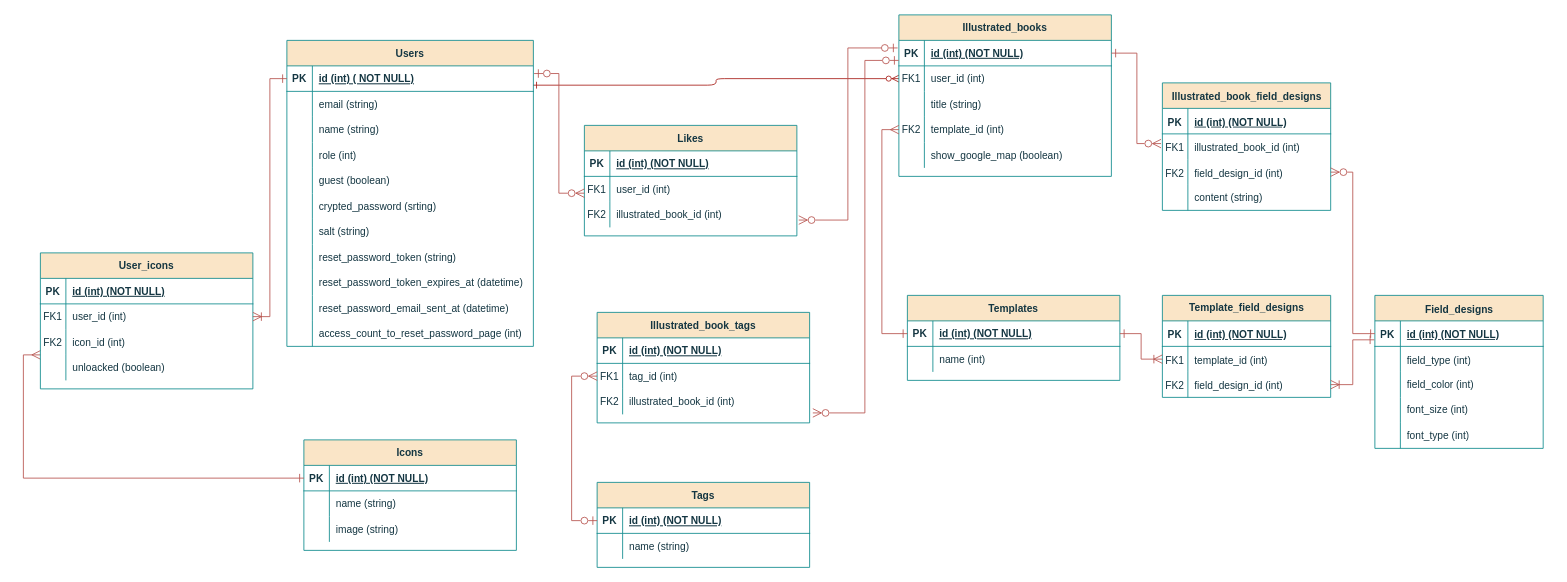
Above: ER図.drawio in furukoshi12/zukan-create (draw.io), before the change. Source tidied: cells renumbered, new cells numbered last; positions are measured from the earlier drawing's top-left corner, leaving out a move shared by most shapes. Both pictures are drawn from the tidied source at 85%, with x=0, y=0 at pixel (23, 14).
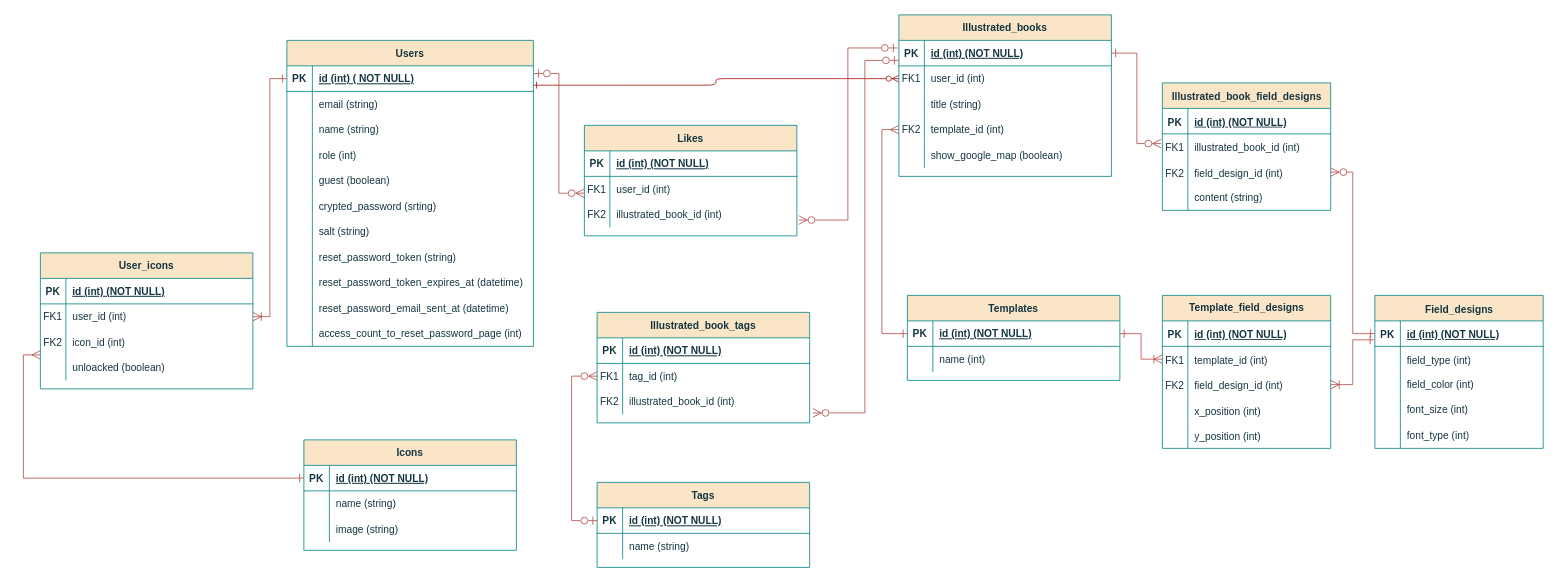
After the change.

Commit message:
ER図.drawio を更新します

The edit, as a diff of the source:
```diff
@@
     <mxCell id="119" value="&lt;span style=&quot;font-size: 12px;&quot;&gt;Template_field_designs&lt;/span&gt;" style="shape=table;startSize=30;childLayout=tableLayout;rowLines=0;fontStyle=1;align=center;html=1;strokeColor=#0F8B8D;fontSize=12;fontColor=#143642;fillColor=#FAE5C7;" parent="1" vertex="1">
-      <mxGeometry x="1340" y="330" width="198" height="120" as="geometry" />
+      <mxGeometry x="1340" y="330" width="198" height="180" as="geometry" />
     </mxCell>
@@
+    <mxCell id="162" style="shape=tableRow;horizontal=0;startSize=0;swimlaneHead=0;swimlaneBody=0;fillColor=none;top=0;left=0;right=0;bottom=0;strokeColor=#0F8B8D;fontSize=16;fontColor=#143642;" parent="119" vertex="1">
+      <mxGeometry y="120" width="198" height="30" as="geometry" />
+    </mxCell>
+    <mxCell id="163" style="shape=partialRectangle;fillColor=none;top=0;left=0;bottom=0;right=0;overflow=hidden;whiteSpace=wrap;html=1;strokeColor=#0F8B8D;fontSize=16;fontColor=#143642;" parent="162" vertex="1">
+      <mxGeometry width="30" height="30" as="geometry" />
+    </mxCell>
+    <mxCell id="164" value="&lt;font style=&quot;font-size: 12px;&quot;&gt;x_position (int)&lt;/font&gt;" style="shape=partialRectangle;fillColor=none;top=0;left=0;bottom=0;right=0;align=left;spacingLeft=6;overflow=hidden;whiteSpace=wrap;html=1;strokeColor=#0F8B8D;fontSize=16;fontColor=#143642;" parent="162" vertex="1">
+      <mxGeometry x="30" width="168" height="30" as="geometry" />
+    </mxCell>
+    <mxCell id="165" style="shape=tableRow;horizontal=0;startSize=0;swimlaneHead=0;swimlaneBody=0;fillColor=none;top=0;left=0;right=0;bottom=0;strokeColor=#0F8B8D;fontSize=16;fontColor=#143642;" parent="119" vertex="1">
+      <mxGeometry y="150" width="198" height="30" as="geometry" />
+    </mxCell>
+    <mxCell id="166" style="shape=partialRectangle;fillColor=none;top=0;left=0;bottom=0;right=0;overflow=hidden;whiteSpace=wrap;html=1;strokeColor=#0F8B8D;fontSize=16;fontColor=#143642;" parent="165" vertex="1">
+      <mxGeometry width="30" height="30" as="geometry" />
+    </mxCell>
+    <mxCell id="167" value="&lt;font style=&quot;font-size: 12px;&quot;&gt;y_position (int)&lt;/font&gt;" style="shape=partialRectangle;fillColor=none;top=0;left=0;bottom=0;right=0;align=left;spacingLeft=6;overflow=hidden;whiteSpace=wrap;html=1;strokeColor=#0F8B8D;fontSize=16;fontColor=#143642;" parent="165" vertex="1">
+      <mxGeometry x="30" width="168" height="30" as="geometry" />
+    </mxCell>
```
